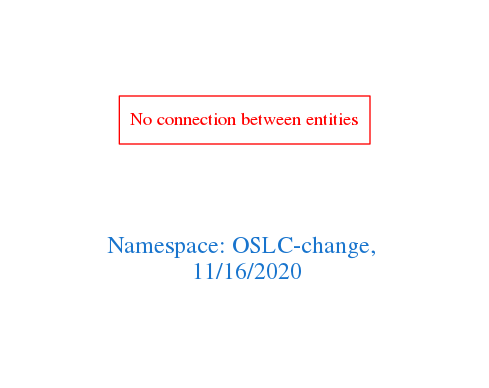
This is downloads/OSLC-change.png from arago/OGIT, a Graphviz export, as it was before one commit. Its source is kept beside it as downloads/OSLC-change.dot.
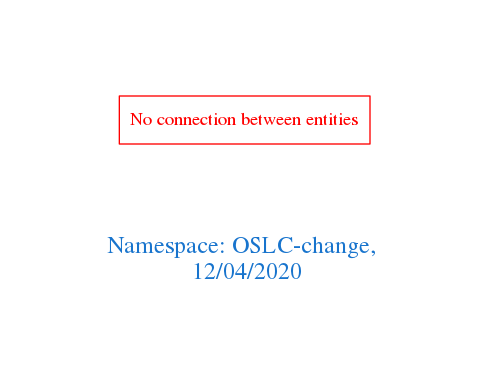
Above is the later version.

The edit, as a diff of the source:
```diff
@@ -1,7 +1,7 @@
 digraph OGIT_ontology {
  graph [ rankdir= LR,pad=1
 fontsize = 18,
-fontcolor= dodgerblue3,label = "\n\n\nNamespace: OSLC-change, \n 11/16/2020"];
+fontcolor= dodgerblue3,label = "\n\n\nNamespace: OSLC-change, \n 12/04/2020"];
 node[shape=polygon];
 edge [  color="gray81"];
 
```
